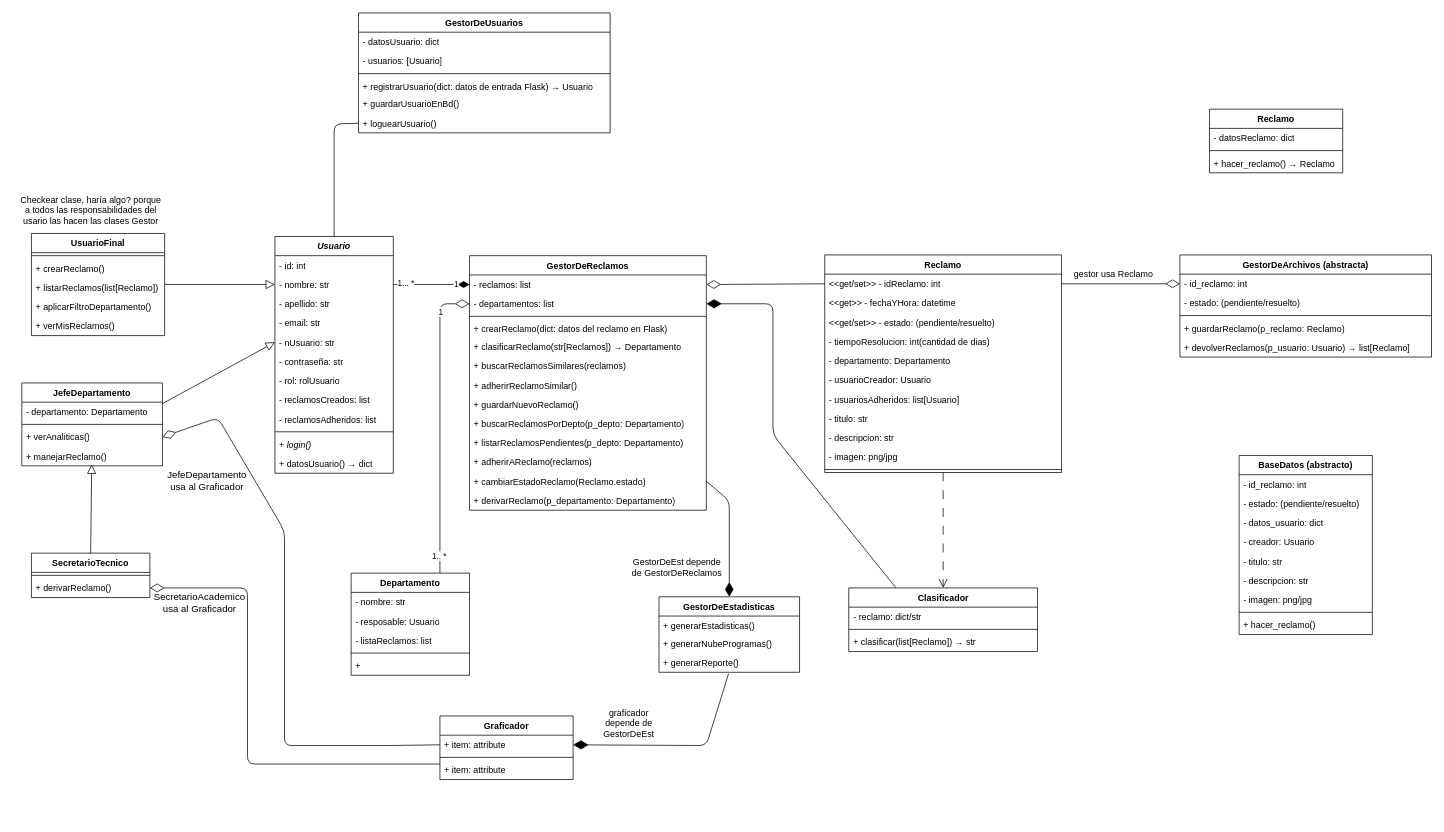
Before: page "UML" (1 of 3) of TrabajoPractico_3/docs/diagrama_UML_TP3.drawio in FelipeCarrozzo/prog_avanzada, a draw.io diagram. Source tidied: cells renumbered, new cells numbered last; positions are measured from the earlier drawing's top-left corner, leaving out a move shared by most shapes. Both pictures are drawn from the tidied source at 74%, with x=0, y=0 at pixel (13, 13).
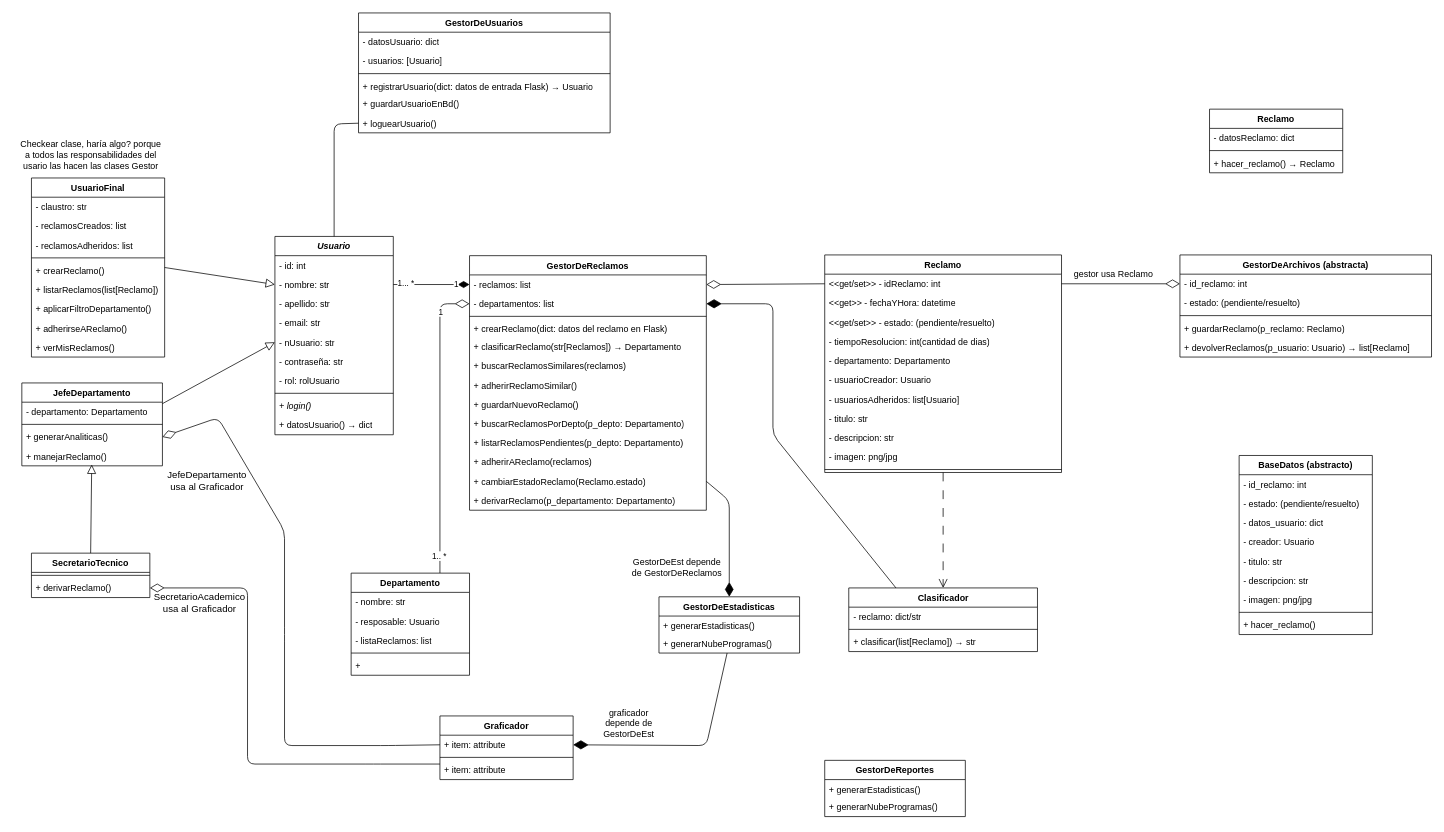
The same page after the edit.

Commit message:
cambios uml

The change refers to these unchanged cells:
```xml
<mxCell id="26" value="JefeDepartamento" style="swimlane;fontStyle=1;align=center;verticalAlign=top;horizontal=1;startSize=26;whiteSpace=wrap;html=1;" parent="1" vertex="1">
  <mxGeometry x="12" y="500" width="190" height="112" as="geometry" />
</mxCell>
<mxCell id="116" value="+ generarNubeProgramas()" style="text;strokeColor=none;fillColor=none;align=left;verticalAlign=top;spacingLeft=4;spacingRight=4;overflow=hidden;points=[[0,0.5],[1,0.5]];portConstraint=eastwest;whiteSpace=wrap;html=1;" parent="114" vertex="1">
  <mxGeometry y="50" width="190" height="26" as="geometry" />
</mxCell>
```

Change to the diagram source:
```diff
@@
     <mxCell id="3" value="UsuarioFinal" style="swimlane;fontStyle=1;align=center;verticalAlign=top;horizontal=1;startSize=26;whiteSpace=wrap;html=1;" parent="1" vertex="1">
-      <mxGeometry x="25" y="298" width="180" height="138" as="geometry" />
+      <mxGeometry x="25" y="223" width="180" height="242" as="geometry" />
     </mxCell>
+    <mxCell id="124" value="- claustro: str" style="text;strokeColor=none;fillColor=none;align=left;verticalAlign=top;spacingLeft=4;spacingRight=4;overflow=hidden;whiteSpace=wrap;html=1;" parent="3" vertex="1">
+      <mxGeometry y="26" width="180" height="26" as="geometry" />
+    </mxCell>
+    <mxCell id="17" value="- reclamosCreados: list&amp;nbsp;" style="text;strokeColor=none;fillColor=none;align=left;verticalAlign=top;spacingLeft=4;spacingRight=4;overflow=hidden;whiteSpace=wrap;html=1;" parent="3" vertex="1">
+      <mxGeometry y="52" width="180" height="26" as="geometry" />
+    </mxCell>
+    <mxCell id="18" value="- reclamosAdheridos: list&amp;nbsp;" style="text;strokeColor=none;fillColor=none;align=left;verticalAlign=top;spacingLeft=4;spacingRight=4;overflow=hidden;whiteSpace=wrap;html=1;" parent="3" vertex="1">
+      <mxGeometry y="78" width="180" height="26" as="geometry" />
+    </mxCell>
     <mxCell id="4" style="line;strokeWidth=1;fillColor=none;align=left;verticalAlign=middle;spacingTop=-1;spacingLeft=3;spacingRight=3;labelPosition=right;strokeColor=inherit;" parent="3" vertex="1">
-      <mxGeometry y="26" width="180" height="8" as="geometry" />
+      <mxGeometry y="104" width="180" height="8" as="geometry" />
     </mxCell>
     <mxCell id="5" value="+ crearReclamo()" style="text;strokeColor=none;fillColor=none;align=left;verticalAlign=top;spacingLeft=4;spacingRight=4;overflow=hidden;whiteSpace=wrap;html=1;" parent="3" vertex="1">
-      <mxGeometry y="34" width="180" height="26" as="geometry" />
+      <mxGeometry y="112" width="180" height="26" as="geometry" />
     </mxCell>
     <mxCell id="6" value="+ listarReclamos(list[Reclamo])" style="text;strokeColor=none;fillColor=none;align=left;verticalAlign=top;spacingLeft=4;spacingRight=4;overflow=hidden;whiteSpace=wrap;html=1;" parent="3" vertex="1">
-      <mxGeometry y="60" width="180" height="26" as="geometry" />
+      <mxGeometry y="138" width="180" height="26" as="geometry" />
     </mxCell>
     <mxCell id="7" value="&lt;div&gt;&lt;font style=&quot;color: rgb(0, 0, 0);&quot;&gt;+ aplicarFiltroDepartamento()&lt;/font&gt;&lt;/div&gt;" style="text;strokeColor=none;fillColor=none;align=left;verticalAlign=top;spacingLeft=4;spacingRight=4;overflow=hidden;whiteSpace=wrap;html=1;" parent="3" vertex="1">
-      <mxGeometry y="86" width="180" height="26" as="geometry" />
+      <mxGeometry y="164" width="180" height="26" as="geometry" />
     </mxCell>
+    <mxCell id="125" value="&lt;div&gt;&lt;font style=&quot;color: rgb(0, 0, 0);&quot;&gt;+ adherirseAReclamo()&lt;/font&gt;&lt;/div&gt;" style="text;strokeColor=none;fillColor=none;align=left;verticalAlign=top;spacingLeft=4;spacingRight=4;overflow=hidden;whiteSpace=wrap;html=1;" parent="3" vertex="1">
+      <mxGeometry y="190" width="180" height="26" as="geometry" />
+    </mxCell>
     <mxCell id="8" value="+ verMisReclamos()" style="text;strokeColor=none;fillColor=none;align=left;verticalAlign=top;spacingLeft=4;spacingRight=4;overflow=hidden;whiteSpace=wrap;html=1;" parent="3" vertex="1">
-      <mxGeometry y="112" width="180" height="26" as="geometry" />
+      <mxGeometry y="216" width="180" height="26" as="geometry" />
     </mxCell>
     <mxCell id="9" value="&lt;i&gt;&lt;font style=&quot;color: rgb(0, 0, 0);&quot;&gt;Usuario&lt;/font&gt;&lt;/i&gt;" style="swimlane;fontStyle=1;align=center;verticalAlign=top;horizontal=1;startSize=26;whiteSpace=wrap;html=1;" parent="1" vertex="1">
-      <mxGeometry x="354" y="302" width="160" height="320" as="geometry" />
+      <mxGeometry x="354" y="302" width="160" height="268" as="geometry" />
     </mxCell>
@@
-    <mxCell id="17" value="- reclamosCreados: list&amp;nbsp;" style="text;strokeColor=none;fillColor=none;align=left;verticalAlign=top;spacingLeft=4;spacingRight=4;overflow=hidden;whiteSpace=wrap;html=1;" parent="9" vertex="1">
-      <mxGeometry y="208" width="160" height="26" as="geometry" />
-    </mxCell>
-    <mxCell id="18" value="- reclamosAdheridos: list&amp;nbsp;" style="text;strokeColor=none;fillColor=none;align=left;verticalAlign=top;spacingLeft=4;spacingRight=4;overflow=hidden;whiteSpace=wrap;html=1;" parent="9" vertex="1">
-      <mxGeometry y="234" width="160" height="26" as="geometry" />
-    </mxCell>
     <mxCell id="19" style="line;strokeWidth=1;fillColor=none;align=left;verticalAlign=middle;spacingTop=-1;spacingLeft=3;spacingRight=3;labelPosition=right;strokeColor=inherit;" parent="9" vertex="1">
-      <mxGeometry y="260" width="160" height="8" as="geometry" />
+      <mxGeometry y="208" width="160" height="8" as="geometry" />
     </mxCell>
     <mxCell id="20" value="&lt;i&gt;&lt;font style=&quot;color: rgb(0, 0, 0);&quot;&gt;+ login()&lt;/font&gt;&lt;/i&gt;" style="text;strokeColor=none;fillColor=none;align=left;verticalAlign=top;spacingLeft=4;spacingRight=4;overflow=hidden;whiteSpace=wrap;html=1;" parent="9" vertex="1">
-      <mxGeometry y="268" width="160" height="26" as="geometry" />
+      <mxGeometry y="216" width="160" height="26" as="geometry" />
     </mxCell>
     <mxCell id="21" value="&lt;font style=&quot;color: rgb(0, 0, 0);&quot;&gt;+ datosUsuario()&amp;nbsp;→ dict&lt;/font&gt;" style="text;strokeColor=none;fillColor=none;align=left;verticalAlign=top;spacingLeft=4;spacingRight=4;overflow=hidden;whiteSpace=wrap;html=1;" parent="9" vertex="1">
-      <mxGeometry y="294" width="160" height="26" as="geometry" />
+      <mxGeometry y="242" width="160" height="26" as="geometry" />
     </mxCell>
@@
-    <mxCell id="29" value="+ verAnaliticas()" style="text;strokeColor=none;fillColor=none;align=left;verticalAlign=top;spacingLeft=4;spacingRight=4;overflow=hidden;points=[[0,0.5],[1,0.5]];portConstraint=eastwest;whiteSpace=wrap;html=1;" parent="26" vertex="1">
+    <mxCell id="29" value="+ generarAnaliticas()" style="text;strokeColor=none;fillColor=none;align=left;verticalAlign=top;spacingLeft=4;spacingRight=4;overflow=hidden;points=[[0,0.5],[1,0.5]];portConstraint=eastwest;whiteSpace=wrap;html=1;" parent="26" vertex="1">
       <mxGeometry y="60" width="190" height="26" as="geometry" />
     </mxCell>
@@
-    <mxCell id="80" style="edgeStyle=none;html=1;entryX=1;entryY=0.5;entryDx=0;entryDy=0;endArrow=diamondThin;endFill=1;endSize=18;exitX=0.495;exitY=1.066;exitDx=0;exitDy=0;exitPerimeter=0;" parent="1" edge="1" source="117">
+    <mxCell id="80" style="edgeStyle=none;html=1;entryX=1;entryY=0.5;entryDx=0;entryDy=0;endArrow=diamondThin;endFill=1;endSize=18;" parent="1" edge="1" source="116">
       <mxGeometry relative="1" as="geometry">
         <mxPoint x="757" y="989" as="targetPoint" />
         <Array as="points">
           <mxPoint x="937" y="990" />
         </Array>
       </mxGeometry>
     </mxCell>
@@
     <mxCell id="109" value="Checkear clase, haría algo? porque&lt;div&gt;a todos las responsabilidades del&lt;/div&gt;&lt;div&gt;usario las hacen las clases Gestor&lt;/div&gt;" style="text;html=1;align=center;verticalAlign=middle;strokeColor=none;fillColor=none;" parent="1" vertex="1">
-      <mxGeometry y="237" width="210" height="60" as="geometry" />
+      <mxGeometry y="162" width="210" height="60" as="geometry" />
     </mxCell>
@@
     <mxCell id="114" value="GestorDeEstadisticas" style="swimlane;fontStyle=1;align=center;verticalAlign=top;horizontal=1;startSize=26;whiteSpace=wrap;html=1;" parent="1" vertex="1">
-      <mxGeometry x="873" y="789" width="190" height="102" as="geometry" />
+      <mxGeometry x="873" y="789" width="190" height="76" as="geometry" />
     </mxCell>
@@
-    <mxCell id="117" value="+ generarReporte()" style="text;strokeColor=none;fillColor=none;align=left;verticalAlign=top;spacingLeft=4;spacingRight=4;overflow=hidden;points=[[0,0.5],[1,0.5]];portConstraint=eastwest;whiteSpace=wrap;html=1;" parent="114" vertex="1">
-      <mxGeometry y="76" width="190" height="26" as="geometry" />
-    </mxCell>
@@
+    <mxCell id="126" value="GestorDeReportes" style="swimlane;fontStyle=1;align=center;verticalAlign=top;horizontal=1;startSize=26;whiteSpace=wrap;html=1;" parent="1" vertex="1">
+      <mxGeometry x="1097" y="1010" width="190" height="76" as="geometry" />
+    </mxCell>
+    <mxCell id="127" value="+ generarEstadisticas()" style="text;strokeColor=none;fillColor=none;align=left;verticalAlign=top;spacingLeft=4;spacingRight=4;overflow=hidden;whiteSpace=wrap;html=1;" parent="126" vertex="1">
+      <mxGeometry y="26" width="190" height="24" as="geometry" />
+    </mxCell>
+    <mxCell id="128" value="+ generarNubeProgramas()" style="text;strokeColor=none;fillColor=none;align=left;verticalAlign=top;spacingLeft=4;spacingRight=4;overflow=hidden;whiteSpace=wrap;html=1;" parent="126" vertex="1">
+      <mxGeometry y="50" width="190" height="26" as="geometry" />
+    </mxCell>
```
